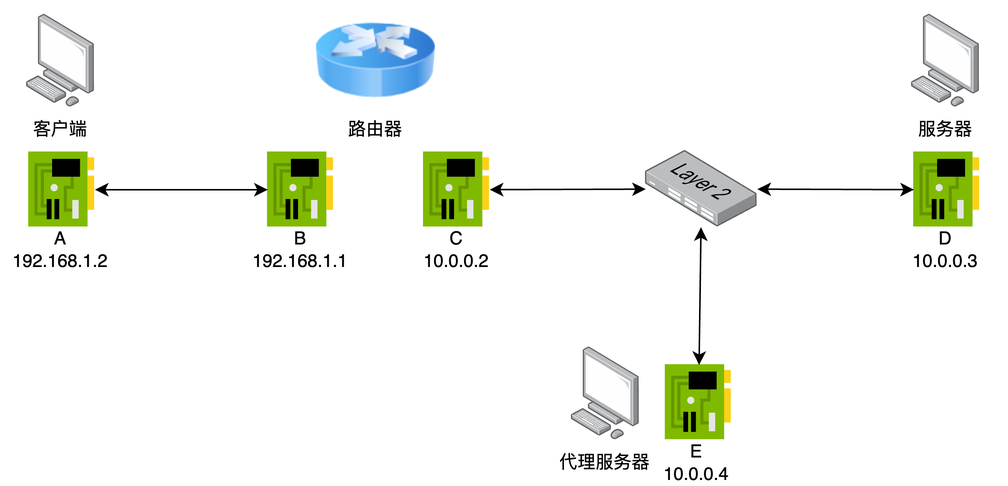
N2Sys-EDU/Lab3-Documentation keeps this draw.io diagram as example_topo2.png. Above is the earlier version. Source tidied: cells renumbered, new cells last; positions are measured from the earlier drawing's top-left corner, leaving out a move shared by most shapes.
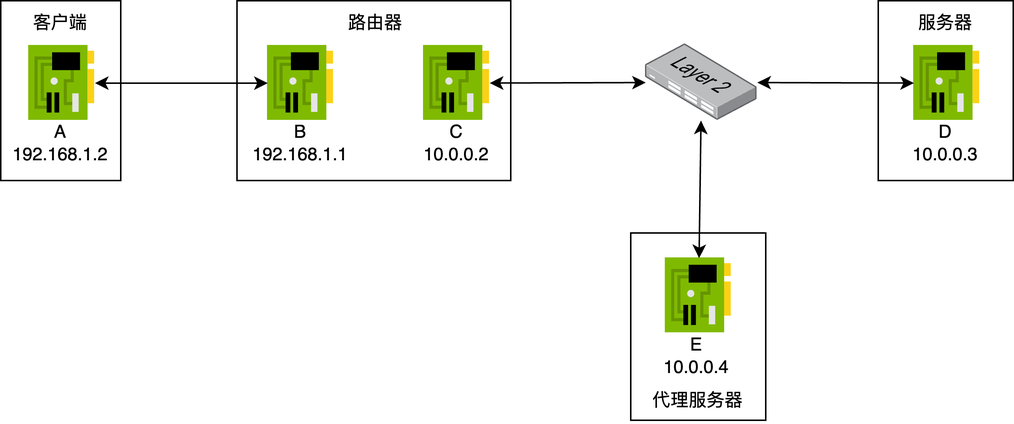
The same file after the commit.

What changed in the source:
```diff
@@ -2,21 +2,27 @@
   <root>
     <mxCell id="0" />
     <mxCell id="1" parent="0" />
-    <mxCell id="2" style="image;html=1;image=img/lib/clip_art/networking/Router_Icon_128x128.png;" parent="1" vertex="1">
-      <mxGeometry x="210" y="0.1" width="80" height="80" as="geometry" />
-    </mxCell>
-    <mxCell id="3" style="html=1;align=center;shadow=0;dashed=0;image;image=img/lib/allied_telesis/computer_and_terminals/Personal_Computer.svg;" parent="1" vertex="1">
-      <mxGeometry x="17.2" y="9.2" width="45.6" height="61.8" as="geometry" />
-    </mxCell>
+    <mxCell id="25" style="rounded=0;whiteSpace=wrap;html=1;" parent="1" vertex="1">
+      <mxGeometry x="585" y="71" width="90" height="120" as="geometry" />
+    </mxCell>
+    <mxCell id="26" style="rounded=0;whiteSpace=wrap;html=1;" parent="1" vertex="1">
+      <mxGeometry x="420" y="226" width="90" height="125" as="geometry" />
+    </mxCell>
+    <mxCell id="27" style="rounded=0;whiteSpace=wrap;html=1;" parent="1" vertex="1">
+      <mxGeometry x="157.5" y="71" width="182.5" height="120" as="geometry" />
+    </mxCell>
+    <mxCell id="28" style="rounded=0;whiteSpace=wrap;html=1;" parent="1" vertex="1">
+      <mxGeometry y="71" width="80" height="120" as="geometry" />
+    </mxCell>
     <mxCell id="4" value="客户端" style="text;html=1;strokeColor=none;fillColor=none;align=center;verticalAlign=middle;whiteSpace=wrap;rounded=0;" parent="1" vertex="1">
       <mxGeometry y="71" width="80" height="30" as="geometry" />
     </mxCell>
-    <mxCell id="5" style="sketch=0;html=1;points=[];align=center;image;fontSize=12;image=img/lib/mscae/NetworkInterfaceCard.svg;" parent="1" vertex="1">
-      <mxGeometry x="178" y="101" width="44" height="50" as="geometry" />
-    </mxCell>
-    <mxCell id="6" style="sketch=0;html=1;points=[];align=center;image;fontSize=12;image=img/lib/mscae/NetworkInterfaceCard.svg;" parent="1" vertex="1">
-      <mxGeometry x="18.8" y="101" width="44" height="50" as="geometry" />
-    </mxCell>
+    <mxCell id="29" style="sketch=0;html=1;points=[];align=center;image;fontSize=12;image=img/lib/mscae/NetworkInterfaceCard.svg;" parent="1" vertex="1">
+      <mxGeometry x="178" y="101" width="44" height="50" as="geometry" />
+    </mxCell>
+    <mxCell id="30" style="sketch=0;html=1;points=[];align=center;image;fontSize=12;image=img/lib/mscae/NetworkInterfaceCard.svg;" parent="1" vertex="1">
+      <mxGeometry x="18.8" y="101" width="44" height="50" as="geometry" />
+    </mxCell>
     <mxCell id="7" value="A&lt;br&gt;192.168.1.2" style="text;html=1;strokeColor=none;fillColor=none;align=center;verticalAlign=middle;whiteSpace=wrap;rounded=0;" parent="1" vertex="1">
       <mxGeometry y="151" width="80" height="30" as="geometry" />
     </mxCell>
@@ -26,50 +32,44 @@
     <mxCell id="9" value="B&lt;br&gt;192.168.1.1" style="text;html=1;strokeColor=none;fillColor=none;align=center;verticalAlign=middle;whiteSpace=wrap;rounded=0;" parent="1" vertex="1">
       <mxGeometry x="160" y="151" width="80" height="30" as="geometry" />
     </mxCell>
-    <mxCell id="10" style="endArrow=classic;startArrow=classic;html=1;" parent="1" edge="1" source="6" target="5">
-      <mxGeometry relative="1" as="geometry" />
-    </mxCell>
-    <mxCell id="11" style="sketch=0;html=1;points=[];align=center;image;fontSize=12;image=img/lib/mscae/NetworkInterfaceCard.svg;" parent="1" vertex="1">
-      <mxGeometry x="282" y="101" width="44" height="50" as="geometry" />
-    </mxCell>
+    <mxCell id="31" style="endArrow=classic;startArrow=classic;html=1;" parent="1" edge="1" source="30" target="29">
+      <mxGeometry relative="1" as="geometry" />
+    </mxCell>
+    <mxCell id="32" style="sketch=0;html=1;points=[];align=center;image;fontSize=12;image=img/lib/mscae/NetworkInterfaceCard.svg;" parent="1" vertex="1">
+      <mxGeometry x="282" y="101" width="44" height="50" as="geometry" />
+    </mxCell>
     <mxCell id="12" value="C&lt;br&gt;10.0.0.2" style="text;html=1;strokeColor=none;fillColor=none;align=center;verticalAlign=middle;whiteSpace=wrap;rounded=0;" parent="1" vertex="1">
       <mxGeometry x="264" y="151" width="80" height="30" as="geometry" />
     </mxCell>
-    <mxCell id="13" style="html=1;align=center;shadow=0;dashed=0;image;image=img/lib/allied_telesis/computer_and_terminals/Personal_Computer.svg;" parent="1" vertex="1">
-      <mxGeometry x="607.2" y="9.2" width="45.6" height="61.8" as="geometry" />
-    </mxCell>
     <mxCell id="14" value="服务器" style="text;html=1;strokeColor=none;fillColor=none;align=center;verticalAlign=middle;whiteSpace=wrap;rounded=0;" parent="1" vertex="1">
       <mxGeometry x="590" y="71" width="80" height="30" as="geometry" />
     </mxCell>
-    <mxCell id="15" style="sketch=0;html=1;points=[];align=center;image;fontSize=12;image=img/lib/mscae/NetworkInterfaceCard.svg;" parent="1" vertex="1">
-      <mxGeometry x="608.8" y="101" width="44" height="50" as="geometry" />
-    </mxCell>
+    <mxCell id="33" style="sketch=0;html=1;points=[];align=center;image;fontSize=12;image=img/lib/mscae/NetworkInterfaceCard.svg;" parent="1" vertex="1">
+      <mxGeometry x="608.8" y="101" width="44" height="50" as="geometry" />
+    </mxCell>
     <mxCell id="16" value="D&lt;br&gt;10.0.0.3" style="text;html=1;strokeColor=none;fillColor=none;align=center;verticalAlign=middle;whiteSpace=wrap;rounded=0;" parent="1" vertex="1">
       <mxGeometry x="590" y="151" width="80" height="30" as="geometry" />
     </mxCell>
-    <mxCell id="17" style="endArrow=classic;startArrow=classic;html=1;" parent="1" edge="1" source="11" target="18">
-      <mxGeometry relative="1" as="geometry" />
-    </mxCell>
-    <mxCell id="18" style="points=[];html=1;align=center;shadow=0;dashed=0;image;image=img/lib/allied_telesis/switch/Switch_24_port_L2.svg;" parent="1" vertex="1">
-      <mxGeometry x="430" y="100" width="74.4" height="51" as="geometry" />
-    </mxCell>
-    <mxCell id="19" style="endArrow=classic;startArrow=classic;html=1;" parent="1" edge="1" source="18" target="15">
-      <mxGeometry relative="1" as="geometry" />
-    </mxCell>
-    <mxCell id="20" style="html=1;align=center;shadow=0;dashed=0;image;image=img/lib/allied_telesis/computer_and_terminals/Personal_Computer.svg;" parent="1" vertex="1">
-      <mxGeometry x="380.4" y="231" width="45.6" height="61.8" as="geometry" />
-    </mxCell>
+    <mxCell id="34" style="endArrow=classic;startArrow=classic;html=1;" parent="1" edge="1" source="32" target="35">
+      <mxGeometry relative="1" as="geometry" />
+    </mxCell>
+    <mxCell id="35" style="points=[];html=1;align=center;shadow=0;dashed=0;image;image=img/lib/allied_telesis/switch/Switch_24_port_L2.svg;" parent="1" vertex="1">
+      <mxGeometry x="430" y="100" width="74.4" height="51" as="geometry" />
+    </mxCell>
+    <mxCell id="36" style="endArrow=classic;startArrow=classic;html=1;" parent="1" edge="1" source="35" target="33">
+      <mxGeometry relative="1" as="geometry" />
+    </mxCell>
     <mxCell id="21" value="代理服务器" style="text;html=1;strokeColor=none;fillColor=none;align=center;verticalAlign=middle;whiteSpace=wrap;rounded=0;" parent="1" vertex="1">
-      <mxGeometry x="363.2" y="292.8" width="80" height="30" as="geometry" />
+      <mxGeometry x="425.2" y="322.8" width="80" height="30" as="geometry" />
     </mxCell>
-    <mxCell id="22" style="sketch=0;html=1;points=[];align=center;image;fontSize=12;image=img/lib/mscae/NetworkInterfaceCard.svg;" parent="1" vertex="1">
-      <mxGeometry x="443.2" y="242.8" width="44" height="50" as="geometry" />
-    </mxCell>
+    <mxCell id="37" style="sketch=0;html=1;points=[];align=center;image;fontSize=12;image=img/lib/mscae/NetworkInterfaceCard.svg;" parent="1" vertex="1">
+      <mxGeometry x="443.2" y="242.8" width="44" height="50" as="geometry" />
+    </mxCell>
     <mxCell id="23" value="E&lt;br&gt;10.0.0.4" style="text;html=1;strokeColor=none;fillColor=none;align=center;verticalAlign=middle;whiteSpace=wrap;rounded=0;" parent="1" vertex="1">
       <mxGeometry x="424.4" y="292.8" width="80" height="30" as="geometry" />
     </mxCell>
-    <mxCell id="24" style="endArrow=classic;startArrow=classic;html=1;" parent="1" edge="1" source="18" target="22">
-      <mxGeometry relative="1" as="geometry" />
-    </mxCell>
+    <mxCell id="38" style="endArrow=classic;startArrow=classic;html=1;" parent="1" edge="1" source="35" target="37">
+      <mxGeometry relative="1" as="geometry" />
+    </mxCell>
   </root>
 </mxGraphModel>
```
